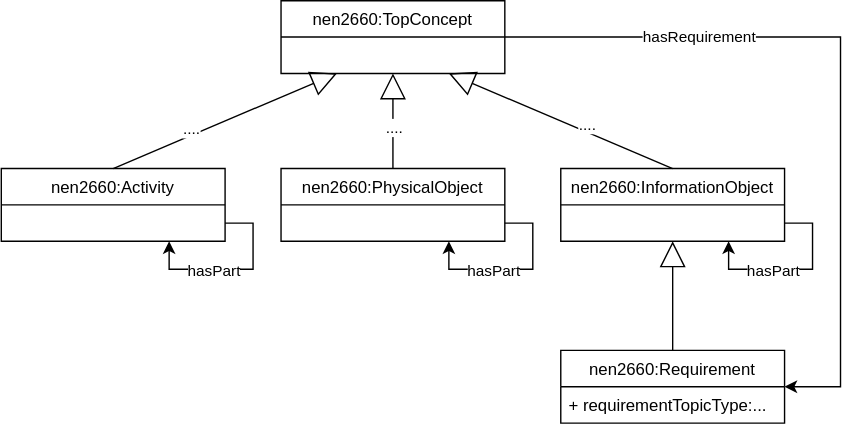
Before: docs/media/Diagram1.drawio.svg, a diagram exported from draw.io (nl-digigo/contractspecificaties). Source tidied: cells renumbered, new cells last; positions are measured from the earlier drawing's top-left corner, leaving out a move shared by most shapes.
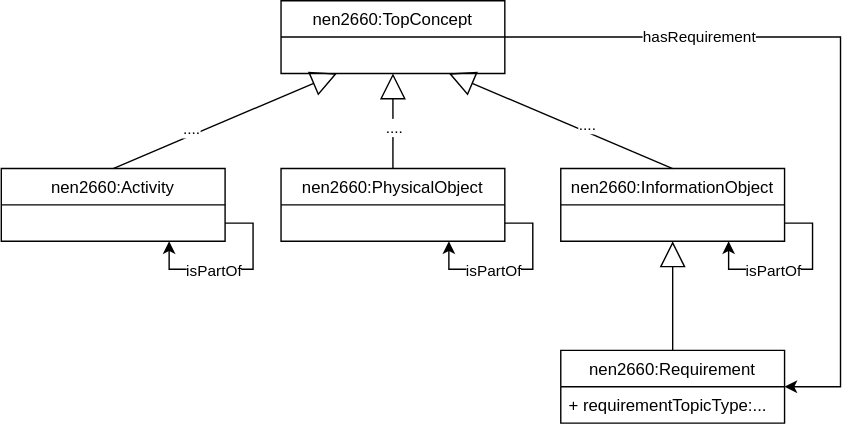
After the change.

Diff of the diagram source:
```diff
@@ -61,7 +61,7 @@
     <mxCell id="17" style="edgeStyle=orthogonalEdgeStyle;rounded=0;orthogonalLoop=1;jettySize=auto;html=1;entryX=0.75;entryY=1;entryDx=0;entryDy=0;exitX=1;exitY=0.75;exitDx=0;exitDy=0;" parent="1" edge="1" source="4" target="4">
       <mxGeometry relative="1" as="geometry" />
     </mxCell>
-    <mxCell id="18" value="hasPart" style="edgeLabel;html=1;align=center;verticalAlign=middle;" parent="17" vertex="1">
+    <mxCell id="18" value="isPartOf" style="edgeLabel;html=1;align=center;verticalAlign=middle;" parent="17" vertex="1">
       <mxGeometry x="0.47" y="5" relative="1" as="geometry">
         <mxPoint x="16" y="-5" as="offset" />
       </mxGeometry>
@@ -69,7 +69,7 @@
     <mxCell id="19" style="edgeStyle=orthogonalEdgeStyle;rounded=0;orthogonalLoop=1;jettySize=auto;html=1;entryX=0.75;entryY=1;entryDx=0;entryDy=0;exitX=1;exitY=0.75;exitDx=0;exitDy=0;" parent="1" edge="1" source="5" target="5">
       <mxGeometry relative="1" as="geometry" />
     </mxCell>
-    <mxCell id="20" value="hasPart" style="edgeLabel;html=1;align=center;verticalAlign=middle;" parent="19" vertex="1">
+    <mxCell id="20" value="isPartOf" style="edgeLabel;html=1;align=center;verticalAlign=middle;" parent="19" vertex="1">
       <mxGeometry x="0.47" y="5" relative="1" as="geometry">
         <mxPoint x="16" y="-5" as="offset" />
       </mxGeometry>
@@ -77,7 +77,7 @@
     <mxCell id="21" style="edgeStyle=orthogonalEdgeStyle;rounded=0;orthogonalLoop=1;jettySize=auto;html=1;entryX=0.75;entryY=1;entryDx=0;entryDy=0;exitX=1;exitY=0.75;exitDx=0;exitDy=0;" parent="1" edge="1" source="6" target="6">
       <mxGeometry relative="1" as="geometry" />
     </mxCell>
-    <mxCell id="22" value="hasPart" style="edgeLabel;html=1;align=center;verticalAlign=middle;" parent="21" vertex="1">
+    <mxCell id="22" value="isPartOf" style="edgeLabel;html=1;align=center;verticalAlign=middle;" parent="21" vertex="1">
       <mxGeometry x="0.47" y="5" relative="1" as="geometry">
         <mxPoint x="16" y="-5" as="offset" />
       </mxGeometry>
```
